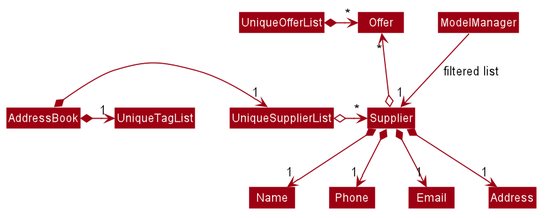
Above: docs/diagrams/SupplierModelClassDiagram.png in nus-cs2103-AY1920S2/addressbook-level3 (PlantUML), before the change.
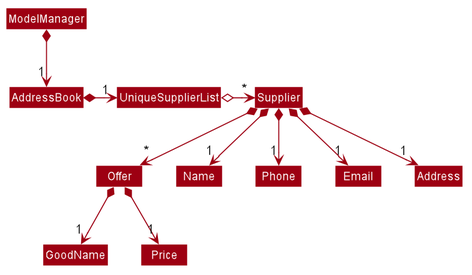
Above is the later version.

What changed in the source:
```diff
@@ -51,19 +51,18 @@
 skinparam arrowColor #9D0012
 skinparam classBackgroundColor #9D0012
 
-ModelManager -->"1" Supplier : filtered list
+ModelManager *-->"1" AddressBook
 AddressBook *-right-> "1" UniqueSupplierList
-AddressBook *-right-> "1" UniqueTagList
-UniqueOfferList -[hidden]down- UniqueSupplierList
-UniqueOfferList -[hidden]down- UniqueSupplierList
 
-UniqueOfferList *-right-> "*" Offer
 UniqueSupplierList o-right-> "*" Supplier
 
-Supplier o-up-> "*" Offer
-
+Supplier *--> "*" Offer
 Supplier *-->"1" Name
 Supplier *-->"1" Phone
 Supplier *-->"1" Email
 Supplier *-->"1" Address
+
+Offer *--> "1" GoodName
+Offer *--> "1" Price
+
 @enduml
```
